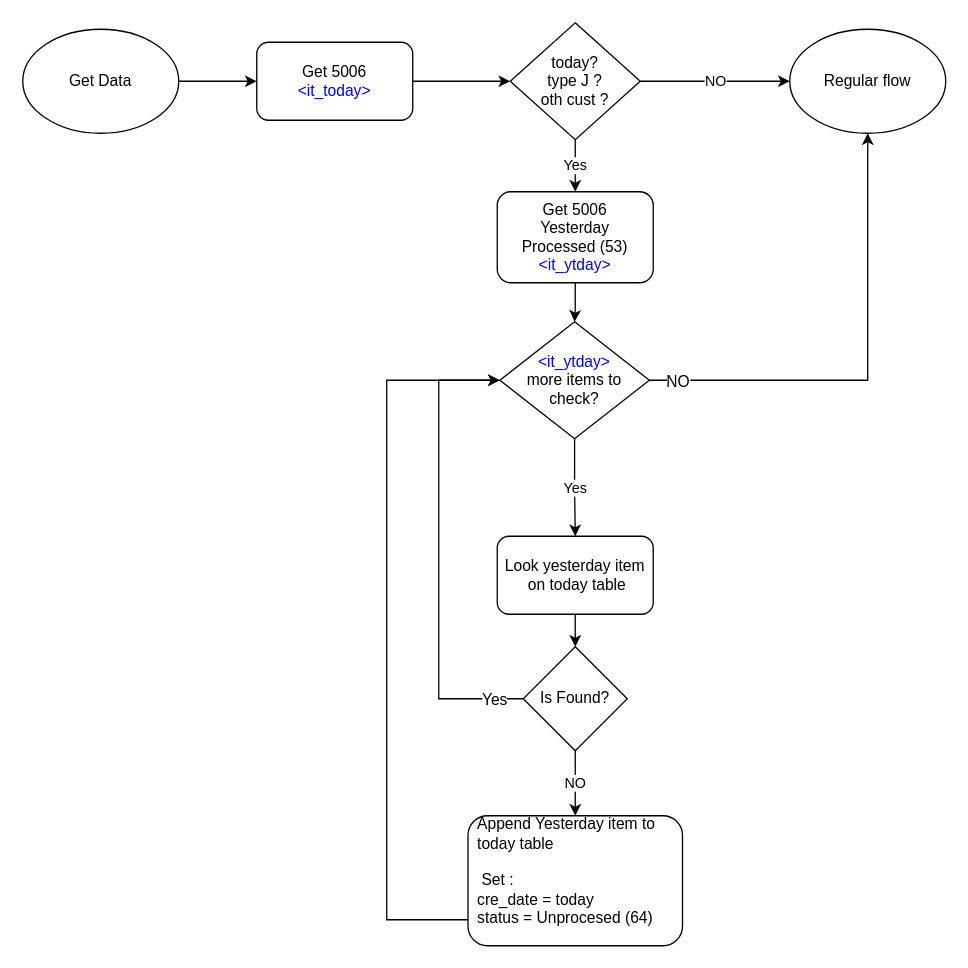
This is Protection OthCust no info.drawio from renemaldonado/MMX, a draw.io file, before an edit. Source tidied: cells renumbered, new cells numbered last; positions are measured from the earlier drawing's top-left corner, leaving out a move shared by most shapes. Both pictures are drawn from the tidied source at 130%, with x=0, y=0 at pixel (22, 22).
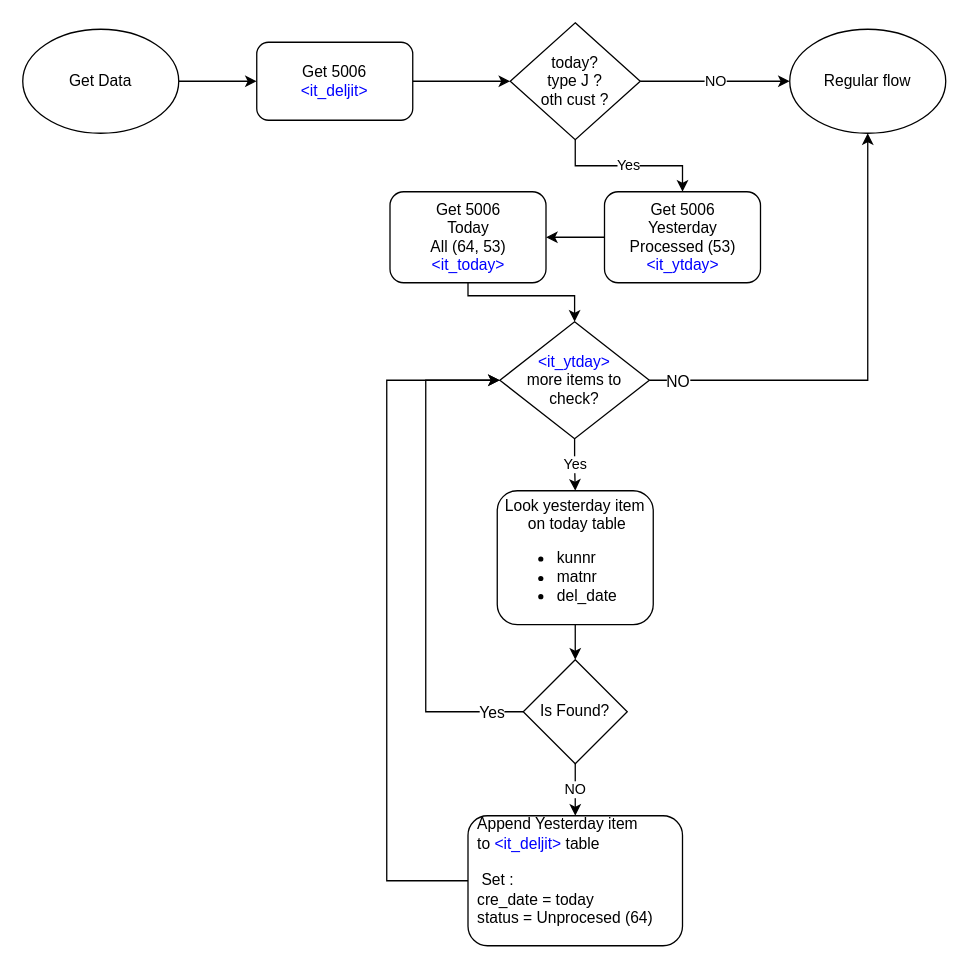
The same page after the edit.

Unchanged cells that the change refers to:
```xml
<mxCell id="15" value="&lt;font color=&quot;#0000ff&quot;&gt;&amp;lt;it_ytday&amp;gt;&lt;/font&gt;&lt;br&gt;more items to check?" style="rhombus;whiteSpace=wrap;html=1;" parent="1" vertex="1">
  <mxGeometry x="367" y="230" width="115" height="90" as="geometry" />
</mxCell>
```

Diff of the diagram source:
```diff
@@
-    <mxCell id="5" value="Get 5006&lt;br&gt;&lt;font color=&quot;#0000ff&quot;&gt;&amp;lt;it_today&amp;gt;&lt;/font&gt;&lt;br&gt;" style="rounded=1;whiteSpace=wrap;html=1;" parent="1" vertex="1">
+    <mxCell id="5" value="Get 5006&lt;br&gt;&lt;font color=&quot;#0000ff&quot;&gt;&amp;lt;it_deljit&amp;gt;&lt;/font&gt;&lt;br&gt;" style="rounded=1;whiteSpace=wrap;html=1;" parent="1" vertex="1">
       <mxGeometry x="180" y="15" width="120" height="60" as="geometry" />
     </mxCell>
@@
-    <mxCell id="10" style="edgeStyle=orthogonalEdgeStyle;rounded=0;jettySize=auto;html=1;entryX=0.5;entryY=0;entryDx=0;entryDy=0;" parent="1" edge="1" source="11" target="15">
-      <mxGeometry relative="1" as="geometry" />
+    <mxCell id="10" style="edgeStyle=orthogonalEdgeStyle;rounded=0;jettySize=auto;html=1;entryX=0.5;entryY=0;entryDx=0;entryDy=0;exitX=0.5;exitY=1;exitDx=0;exitDy=0;" parent="1" edge="1" source="25" target="15">
+      <mxGeometry relative="1" as="geometry">
+        <Array as="points">
+          <mxPoint x="343" y="210" />
+          <mxPoint x="425" y="210" />
+        </Array>
+      </mxGeometry>
     </mxCell>
+    <mxCell id="24" style="edgeStyle=orthogonalEdgeStyle;rounded=0;jettySize=auto;html=1;" parent="1" edge="1" source="11" target="25">
+      <mxGeometry relative="1" as="geometry" />
+    </mxCell>
     <mxCell id="11" value="Get 5006&lt;br&gt;Yesterday&lt;br&gt;Processed (53)&lt;br&gt;&lt;font color=&quot;#0000ff&quot;&gt;&amp;lt;it_ytday&amp;gt;&lt;/font&gt;&lt;br&gt;" style="rounded=1;whiteSpace=wrap;html=1;" parent="1" vertex="1">
-      <mxGeometry x="365" y="130" width="120" height="70" as="geometry" />
+      <mxGeometry x="447.5" y="130" width="120" height="70" as="geometry" />
     </mxCell>
@@
-    <mxCell id="17" value="Look yesterday item &lt;br&gt;&amp;nbsp;on today table" style="rounded=1;whiteSpace=wrap;html=1;" parent="1" vertex="1">
-      <mxGeometry x="365" y="395" width="120" height="60" as="geometry" />
+    <mxCell id="17" value="Look yesterday item &lt;br&gt;&amp;nbsp;on today table&lt;br&gt;&lt;ul&gt;&lt;li style=&quot;text-align: left&quot;&gt;kunnr&lt;/li&gt;&lt;li style=&quot;text-align: left&quot;&gt;matnr&lt;/li&gt;&lt;li style=&quot;text-align: left&quot;&gt;del_date&lt;/li&gt;&lt;/ul&gt;" style="rounded=1;whiteSpace=wrap;html=1;" parent="1" vertex="1">
+      <mxGeometry x="365" y="360" width="120" height="103" as="geometry" />
     </mxCell>
     <mxCell id="18" style="edgeStyle=orthogonalEdgeStyle;rounded=0;jettySize=auto;html=1;exitX=0;exitY=0.5;exitDx=0;exitDy=0;" parent="1" edge="1" source="21" target="15">
       <mxGeometry relative="1" as="geometry">
         <Array as="points">
-          <mxPoint x="320" y="520" />
-          <mxPoint x="320" y="275" />
+          <mxPoint x="310" y="530" />
+          <mxPoint x="310" y="275" />
         </Array>
       </mxGeometry>
     </mxCell>
@@
     <mxCell id="21" value="Is Found?" style="rhombus;whiteSpace=wrap;html=1;" parent="1" vertex="1">
-      <mxGeometry x="385" y="480" width="80" height="80" as="geometry" />
+      <mxGeometry x="385" y="490" width="80" height="80" as="geometry" />
     </mxCell>
-    <mxCell id="22" style="edgeStyle=orthogonalEdgeStyle;rounded=0;jettySize=auto;html=1;entryX=0;entryY=0.5;entryDx=0;entryDy=0;" parent="1" edge="1" source="23" target="15">
+    <mxCell id="22" style="edgeStyle=orthogonalEdgeStyle;rounded=0;jettySize=auto;html=1;entryX=0;entryY=0.5;entryDx=0;entryDy=0;exitX=0;exitY=0.5;exitDx=0;exitDy=0;" parent="1" edge="1" source="23" target="15">
       <mxGeometry relative="1" as="geometry">
         <Array as="points">
-          <mxPoint x="280" y="690" />
+          <mxPoint x="280" y="660" />
           <mxPoint x="280" y="275" />
         </Array>
       </mxGeometry>
     </mxCell>
-    <mxCell id="23" value="Append Yesterday item to today table&lt;br&gt;&lt;br&gt;&amp;nbsp;Set :&amp;nbsp;&lt;br&gt;cre_date = today&lt;br&gt;status = Unprocesed (64)&lt;br&gt;&lt;br&gt;" style="rounded=1;whiteSpace=wrap;html=1;spacingTop=0;spacing=5;spacingLeft=2;align=left;" parent="1" vertex="1">
+    <mxCell id="23" value="Append Yesterday item to&amp;nbsp;&lt;font color=&quot;#0000ff&quot;&gt;&amp;lt;it_deljit&amp;gt;&lt;/font&gt;&amp;nbsp;table&lt;br&gt;&lt;br&gt;&amp;nbsp;Set :&amp;nbsp;&lt;br&gt;cre_date = today&lt;br&gt;status = Unprocesed (64)&lt;br&gt;&lt;br&gt;" style="rounded=1;whiteSpace=wrap;html=1;spacingTop=0;spacing=5;spacingLeft=2;align=left;" parent="1" vertex="1">
       <mxGeometry x="342.5" y="610" width="165" height="100" as="geometry" />
     </mxCell>
+    <mxCell id="25" value="Get 5006&lt;br&gt;Today&lt;br&gt;All (64, 53)&lt;br&gt;&lt;font color=&quot;#0000ff&quot;&gt;&amp;lt;it_today&amp;gt;&lt;/font&gt;&lt;br&gt;" style="rounded=1;whiteSpace=wrap;html=1;align=center;" parent="1" vertex="1">
+      <mxGeometry x="282.5" y="130" width="120" height="70" as="geometry" />
+    </mxCell>
```
